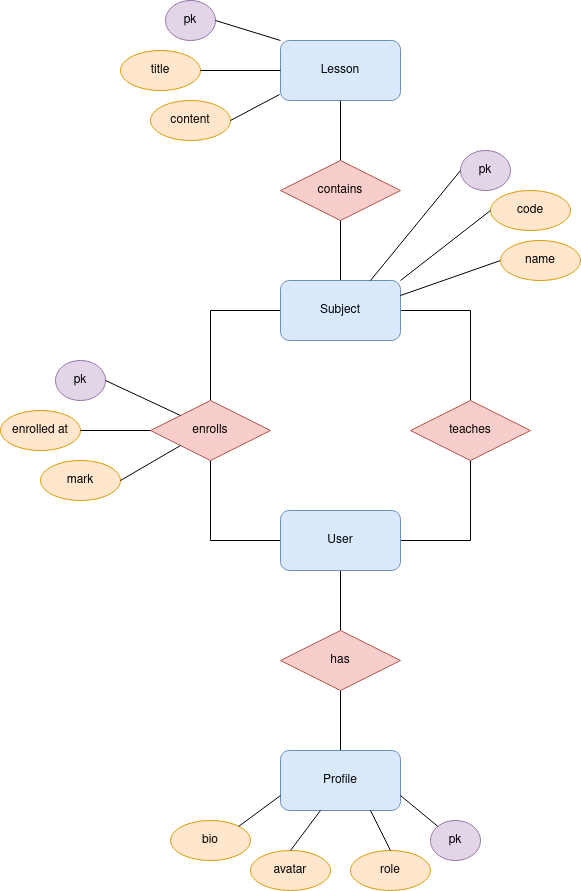
Chugani05-JesusLugo2002/LuminoDocs keeps this draw.io diagram as ER-model.drawio.png. Above is the earlier version. Source tidied: cells renumbered, new cells last; positions are measured from the earlier drawing's top-left corner, leaving out a move shared by most shapes. Its diagram source:
```xml
<mxGraphModel>
  <root>
    <mxCell id="0" />
    <mxCell id="1" parent="0" />
    <mxCell id="2" style="edgeStyle=orthogonalEdgeStyle;rounded=0;jettySize=auto;html=1;exitX=0;exitY=0.5;exitDx=0;exitDy=0;entryX=0;entryY=0.5;entryDx=0;entryDy=0;endArrow=none;endFill=1;startFill=0;" parent="1" edge="1" source="5" target="8">
      <mxGeometry relative="1" as="geometry">
        <Array as="points">
          <mxPoint x="210" y="310" />
          <mxPoint x="210" y="540" />
        </Array>
      </mxGeometry>
    </mxCell>
    <mxCell id="3" style="edgeStyle=orthogonalEdgeStyle;rounded=0;jettySize=auto;html=1;exitX=1;exitY=0.5;exitDx=0;exitDy=0;entryX=1;entryY=0.5;entryDx=0;entryDy=0;endArrow=none;startFill=0;" parent="1" edge="1" source="5" target="8">
      <mxGeometry relative="1" as="geometry">
        <Array as="points">
          <mxPoint x="470" y="310" />
          <mxPoint x="470" y="540" />
        </Array>
      </mxGeometry>
    </mxCell>
    <mxCell id="4" style="edgeStyle=orthogonalEdgeStyle;rounded=0;jettySize=auto;html=1;entryX=0.5;entryY=1;entryDx=0;entryDy=0;endArrow=none;startFill=0;" parent="1" edge="1" source="5" target="6">
      <mxGeometry relative="1" as="geometry" />
    </mxCell>
    <mxCell id="5" value="Subject" style="rounded=1;whiteSpace=wrap;html=1;fillColor=#dae8fc;strokeColor=#6c8ebf;" parent="1" vertex="1">
      <mxGeometry x="280" y="280" width="120" height="60" as="geometry" />
    </mxCell>
    <mxCell id="6" value="Lesson" style="rounded=1;whiteSpace=wrap;html=1;fillColor=#dae8fc;strokeColor=#6c8ebf;" parent="1" vertex="1">
      <mxGeometry x="280" y="40" width="120" height="60" as="geometry" />
    </mxCell>
    <mxCell id="7" style="edgeStyle=orthogonalEdgeStyle;rounded=0;jettySize=auto;html=1;endArrow=none;startFill=0;" parent="1" edge="1" source="8" target="22">
      <mxGeometry relative="1" as="geometry" />
    </mxCell>
    <mxCell id="8" value="User" style="rounded=1;whiteSpace=wrap;html=1;fillColor=#dae8fc;strokeColor=#6c8ebf;" parent="1" vertex="1">
      <mxGeometry x="280" y="510" width="120" height="60" as="geometry" />
    </mxCell>
    <mxCell id="9" value="teaches" style="rhombus;whiteSpace=wrap;html=1;fillColor=#f8cecc;strokeColor=#b85450;" parent="1" vertex="1">
      <mxGeometry x="410" y="400" width="120" height="60" as="geometry" />
    </mxCell>
    <mxCell id="10" value="enrolls" style="rhombus;whiteSpace=wrap;html=1;fillColor=#f8cecc;strokeColor=#b85450;" parent="1" vertex="1">
      <mxGeometry x="150" y="400" width="120" height="60" as="geometry" />
    </mxCell>
    <mxCell id="11" value="pk" style="ellipse;whiteSpace=wrap;html=1;fillColor=#e1d5e7;strokeColor=#9673a6;" parent="1" vertex="1">
      <mxGeometry x="460" y="150" width="50" height="40" as="geometry" />
    </mxCell>
    <mxCell id="12" value="code" style="ellipse;whiteSpace=wrap;html=1;fillColor=#ffe6cc;strokeColor=#d79b00;" parent="1" vertex="1">
      <mxGeometry x="490" y="190" width="80" height="40" as="geometry" />
    </mxCell>
    <mxCell id="13" value="contains" style="rhombus;whiteSpace=wrap;html=1;fillColor=#f8cecc;strokeColor=#b85450;" parent="1" vertex="1">
      <mxGeometry x="280" y="160" width="120" height="60" as="geometry" />
    </mxCell>
    <mxCell id="14" style="endArrow=none;html=1;rounded=0;entryX=0;entryY=0.5;entryDx=0;entryDy=0;exitX=0.75;exitY=0;exitDx=0;exitDy=0;" parent="1" edge="1" source="5" target="11">
      <mxGeometry relative="1" as="geometry" />
    </mxCell>
    <mxCell id="15" style="endArrow=none;html=1;rounded=0;entryX=0;entryY=0.5;entryDx=0;entryDy=0;exitX=1;exitY=0;exitDx=0;exitDy=0;" parent="1" edge="1" source="5" target="12">
      <mxGeometry relative="1" as="geometry" />
    </mxCell>
    <mxCell id="16" style="endArrow=none;html=1;rounded=0;exitX=1;exitY=0.25;exitDx=0;exitDy=0;entryX=0;entryY=0.5;entryDx=0;entryDy=0;" parent="1" edge="1" source="5" target="17">
      <mxGeometry relative="1" as="geometry" />
    </mxCell>
    <mxCell id="17" value="&lt;div&gt;name&lt;/div&gt;" style="ellipse;whiteSpace=wrap;html=1;fillColor=#ffe6cc;strokeColor=#d79b00;" parent="1" vertex="1">
      <mxGeometry x="500" y="240" width="80" height="40" as="geometry" />
    </mxCell>
    <mxCell id="18" value="pk" style="ellipse;whiteSpace=wrap;html=1;fillColor=#e1d5e7;strokeColor=#9673a6;" parent="1" vertex="1">
      <mxGeometry x="165" width="50" height="40" as="geometry" />
    </mxCell>
    <mxCell id="19" value="title" style="ellipse;whiteSpace=wrap;html=1;fillColor=#ffe6cc;strokeColor=#d79b00;" parent="1" vertex="1">
      <mxGeometry x="120" y="50" width="80" height="40" as="geometry" />
    </mxCell>
    <mxCell id="20" value="content" style="ellipse;whiteSpace=wrap;html=1;fillColor=#ffe6cc;strokeColor=#d79b00;" parent="1" vertex="1">
      <mxGeometry x="150" y="100" width="80" height="40" as="geometry" />
    </mxCell>
    <mxCell id="21" value="has" style="rhombus;whiteSpace=wrap;html=1;fillColor=#f8cecc;strokeColor=#b85450;" parent="1" vertex="1">
      <mxGeometry x="280" y="630" width="120" height="60" as="geometry" />
    </mxCell>
    <mxCell id="22" value="Profile" style="rounded=1;whiteSpace=wrap;html=1;fillColor=#dae8fc;strokeColor=#6c8ebf;" parent="1" vertex="1">
      <mxGeometry x="280" y="750" width="120" height="60" as="geometry" />
    </mxCell>
    <mxCell id="23" style="endArrow=none;html=1;rounded=0;entryX=0;entryY=0.5;entryDx=0;entryDy=0;exitX=1;exitY=0.5;exitDx=0;exitDy=0;" parent="1" edge="1" source="19" target="6">
      <mxGeometry relative="1" as="geometry" />
    </mxCell>
    <mxCell id="24" style="endArrow=none;html=1;rounded=0;entryX=0;entryY=0;entryDx=0;entryDy=0;exitX=1;exitY=0.5;exitDx=0;exitDy=0;" parent="1" edge="1" source="18" target="6">
      <mxGeometry relative="1" as="geometry" />
    </mxCell>
    <mxCell id="25" style="endArrow=none;html=1;rounded=0;entryX=-0.008;entryY=0.9;entryDx=0;entryDy=0;entryPerimeter=0;exitX=1;exitY=0.5;exitDx=0;exitDy=0;" parent="1" edge="1" source="20" target="6">
      <mxGeometry relative="1" as="geometry" />
    </mxCell>
    <mxCell id="26" value="enrolled at" style="ellipse;whiteSpace=wrap;html=1;fillColor=#ffe6cc;strokeColor=#d79b00;" parent="1" vertex="1">
      <mxGeometry y="410" width="80" height="40" as="geometry" />
    </mxCell>
    <mxCell id="27" value="mark" style="ellipse;whiteSpace=wrap;html=1;fillColor=#ffe6cc;strokeColor=#d79b00;" parent="1" vertex="1">
      <mxGeometry x="40" y="460" width="80" height="40" as="geometry" />
    </mxCell>
    <mxCell id="28" style="endArrow=none;html=1;rounded=0;entryX=0;entryY=1;entryDx=0;entryDy=0;exitX=1;exitY=0.5;exitDx=0;exitDy=0;" parent="1" edge="1" source="27" target="10">
      <mxGeometry relative="1" as="geometry" />
    </mxCell>
    <mxCell id="29" style="endArrow=none;html=1;rounded=0;entryX=0;entryY=0.5;entryDx=0;entryDy=0;exitX=1;exitY=0.5;exitDx=0;exitDy=0;" parent="1" edge="1" source="26" target="10">
      <mxGeometry relative="1" as="geometry" />
    </mxCell>
    <mxCell id="30" value="role" style="ellipse;whiteSpace=wrap;html=1;fillColor=#ffe6cc;strokeColor=#d79b00;" parent="1" vertex="1">
      <mxGeometry x="350" y="850" width="80" height="40" as="geometry" />
    </mxCell>
    <mxCell id="31" value="pk" style="ellipse;whiteSpace=wrap;html=1;fillColor=#e1d5e7;strokeColor=#9673a6;" parent="1" vertex="1">
      <mxGeometry x="55" y="360" width="50" height="40" as="geometry" />
    </mxCell>
    <mxCell id="32" style="endArrow=none;html=1;rounded=0;entryX=0;entryY=0;entryDx=0;entryDy=0;exitX=1;exitY=0.5;exitDx=0;exitDy=0;" parent="1" edge="1" source="31" target="10">
      <mxGeometry relative="1" as="geometry" />
    </mxCell>
    <mxCell id="33" value="pk" style="ellipse;whiteSpace=wrap;html=1;fillColor=#e1d5e7;strokeColor=#9673a6;" parent="1" vertex="1">
      <mxGeometry x="430" y="820" width="50" height="40" as="geometry" />
    </mxCell>
    <mxCell id="34" value="avatar" style="ellipse;whiteSpace=wrap;html=1;fillColor=#ffe6cc;strokeColor=#d79b00;" parent="1" vertex="1">
      <mxGeometry x="250" y="850" width="80" height="40" as="geometry" />
    </mxCell>
    <mxCell id="35" value="bio" style="ellipse;whiteSpace=wrap;html=1;fillColor=#ffe6cc;strokeColor=#d79b00;" parent="1" vertex="1">
      <mxGeometry x="170" y="820" width="80" height="40" as="geometry" />
    </mxCell>
    <mxCell id="36" style="endArrow=none;html=1;rounded=0;exitX=0.5;exitY=0;exitDx=0;exitDy=0;entryX=0.333;entryY=1;entryDx=0;entryDy=0;entryPerimeter=0;" parent="1" edge="1" source="34" target="22">
      <mxGeometry relative="1" as="geometry" />
    </mxCell>
    <mxCell id="37" style="endArrow=none;html=1;rounded=0;entryX=0.5;entryY=0;entryDx=0;entryDy=0;exitX=0.75;exitY=1;exitDx=0;exitDy=0;" parent="1" edge="1" source="22" target="30">
      <mxGeometry relative="1" as="geometry" />
    </mxCell>
    <mxCell id="38" style="endArrow=none;html=1;rounded=0;entryX=0;entryY=0;entryDx=0;entryDy=0;exitX=1;exitY=0.75;exitDx=0;exitDy=0;" parent="1" edge="1" source="22" target="33">
      <mxGeometry relative="1" as="geometry" />
    </mxCell>
    <mxCell id="39" style="endArrow=none;html=1;rounded=0;exitX=1;exitY=0;exitDx=0;exitDy=0;entryX=0;entryY=0.75;entryDx=0;entryDy=0;" parent="1" edge="1" source="35" target="22">
      <mxGeometry relative="1" as="geometry" />
    </mxCell>
  </root>
</mxGraphModel>
```
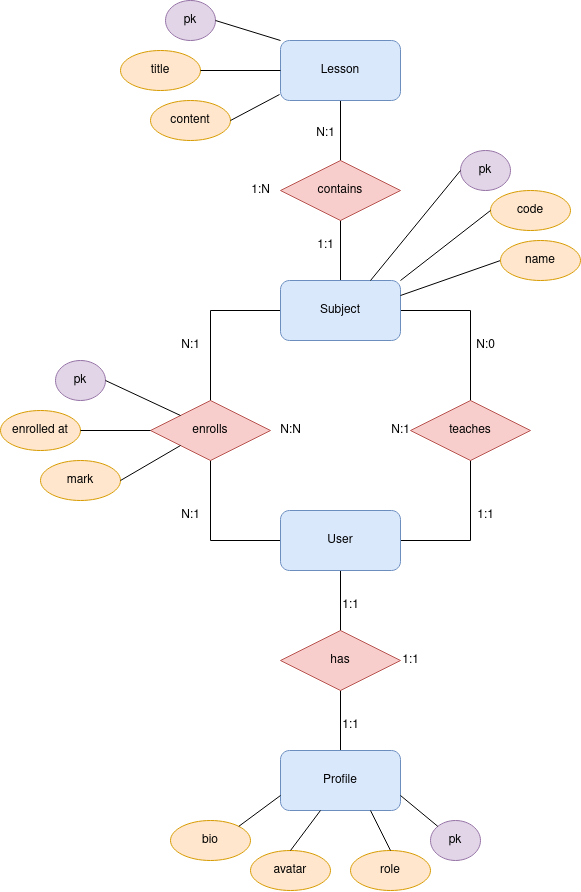
The same file after the commit.

What changed in the source:
```diff
@@ -126,5 +126,41 @@
     <mxCell id="39" style="endArrow=none;html=1;rounded=0;exitX=1;exitY=0;exitDx=0;exitDy=0;entryX=0;entryY=0.75;entryDx=0;entryDy=0;" parent="1" edge="1" source="35" target="22">
       <mxGeometry relative="1" as="geometry" />
     </mxCell>
+    <mxCell id="40" value="1:1" style="text;html=1;align=center;verticalAlign=middle;strokeColor=none;fillColor=none;" parent="1" vertex="1">
+      <mxGeometry x="330" y="710" width="40" height="30" as="geometry" />
+    </mxCell>
+    <mxCell id="41" value="1:1" style="text;html=1;align=center;verticalAlign=middle;strokeColor=none;fillColor=none;" parent="1" vertex="1">
+      <mxGeometry x="330" y="590" width="40" height="30" as="geometry" />
+    </mxCell>
+    <mxCell id="42" value="1:1" style="text;html=1;align=center;verticalAlign=middle;strokeColor=none;fillColor=none;" parent="1" vertex="1">
+      <mxGeometry x="390" y="645" width="40" height="30" as="geometry" />
+    </mxCell>
+    <mxCell id="43" value="1:1" style="text;html=1;align=center;verticalAlign=middle;strokeColor=none;fillColor=none;" parent="1" vertex="1">
+      <mxGeometry x="465" y="500" width="40" height="30" as="geometry" />
+    </mxCell>
+    <mxCell id="44" value="N:1" style="text;html=1;align=center;verticalAlign=middle;strokeColor=none;fillColor=none;" parent="1" vertex="1">
+      <mxGeometry x="170" y="500" width="40" height="30" as="geometry" />
+    </mxCell>
+    <mxCell id="45" value="N:0" style="text;html=1;align=center;verticalAlign=middle;strokeColor=none;fillColor=none;" parent="1" vertex="1">
+      <mxGeometry x="465" y="330" width="40" height="30" as="geometry" />
+    </mxCell>
+    <mxCell id="46" value="N:1" style="text;html=1;align=center;verticalAlign=middle;strokeColor=none;fillColor=none;" parent="1" vertex="1">
+      <mxGeometry x="380" y="415" width="40" height="30" as="geometry" />
+    </mxCell>
+    <mxCell id="47" value="N:1" style="text;html=1;align=center;verticalAlign=middle;strokeColor=none;fillColor=none;" parent="1" vertex="1">
+      <mxGeometry x="170" y="330" width="40" height="30" as="geometry" />
+    </mxCell>
+    <mxCell id="48" value="N:N" style="text;html=1;align=center;verticalAlign=middle;strokeColor=none;fillColor=none;" parent="1" vertex="1">
+      <mxGeometry x="270" y="415" width="40" height="30" as="geometry" />
+    </mxCell>
+    <mxCell id="49" value="1:1" style="text;html=1;align=center;verticalAlign=middle;strokeColor=none;fillColor=none;" parent="1" vertex="1">
+      <mxGeometry x="305" y="230" width="40" height="30" as="geometry" />
+    </mxCell>
+    <mxCell id="50" value="N:1" style="text;html=1;align=center;verticalAlign=middle;strokeColor=none;fillColor=none;" parent="1" vertex="1">
+      <mxGeometry x="305" y="118" width="40" height="30" as="geometry" />
+    </mxCell>
+    <mxCell id="51" value="1:N" style="text;html=1;align=center;verticalAlign=middle;strokeColor=none;fillColor=none;" parent="1" vertex="1">
+      <mxGeometry x="240" y="175" width="40" height="30" as="geometry" />
+    </mxCell>
   </root>
 </mxGraphModel>
```
